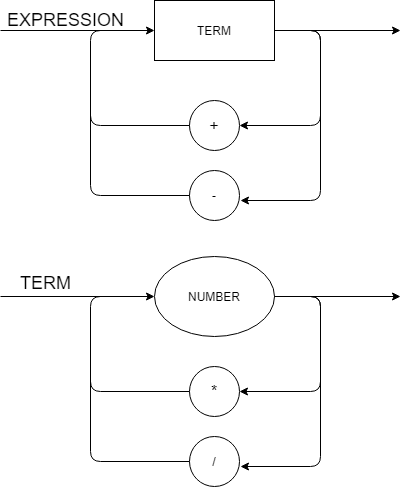
brunoacpcosta/Julia-Compiler keeps this draw.io diagram as DiagramaSintatico.png. Above is the earlier version. Source tidied: cells renumbered, new cells last; positions are measured from the earlier drawing's top-left corner, leaving out a move shared by most shapes.
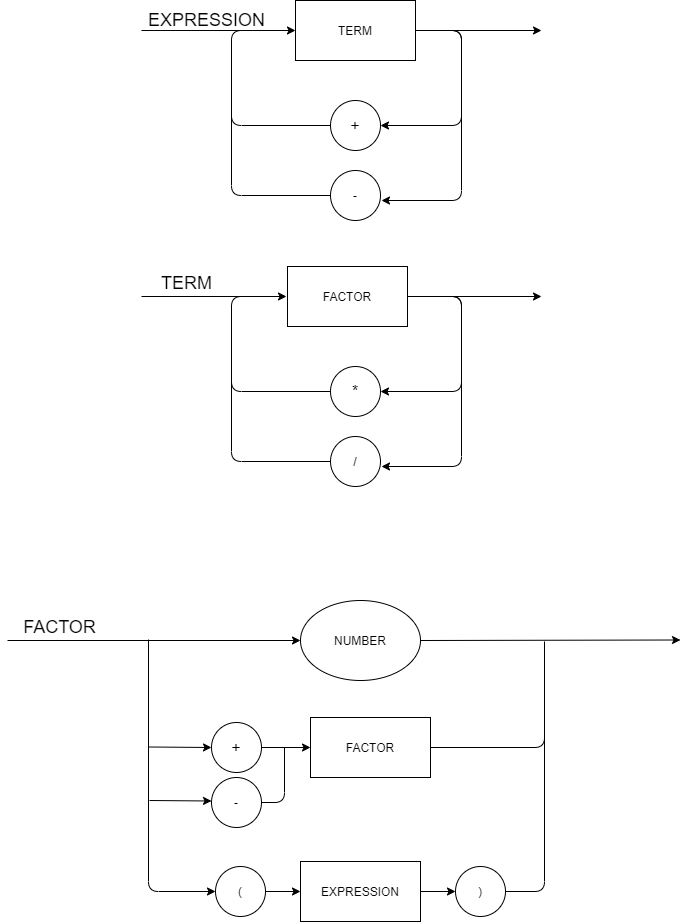
After the change.

Commit message:
EBNF e DS atualizados.

Diff of the diagram source:
```diff
@@ -56,9 +56,6 @@
         <mxPoint x="400" y="30" as="targetPoint" />
       </mxGeometry>
     </mxCell>
-    <mxCell id="10" value="NUMBER" style="ellipse;whiteSpace=wrap;html=1;" parent="1" vertex="1">
-      <mxGeometry x="154" y="256" width="120" height="80" as="geometry" />
-    </mxCell>
     <mxCell id="11" value="&lt;font size=&quot;3&quot;&gt;*&lt;/font&gt;" style="ellipse;whiteSpace=wrap;html=1;" parent="1" vertex="1">
       <mxGeometry x="189" y="366" width="50" height="50" as="geometry" />
     </mxCell>
@@ -74,8 +71,9 @@
         </Array>
       </mxGeometry>
     </mxCell>
-    <mxCell id="14" style="endArrow=classic;html=1;exitX=1;exitY=0.5;exitDx=0;exitDy=0;" parent="1" edge="1" source="10">
+    <mxCell id="14" style="endArrow=classic;html=1;exitX=1;exitY=0.5;exitDx=0;exitDy=0;" parent="1" edge="1">
       <mxGeometry relative="1" as="geometry">
+        <mxPoint x="265" y="296" as="sourcePoint" />
         <mxPoint x="240" y="466" as="targetPoint" />
         <Array as="points">
           <mxPoint x="320" y="296" />
@@ -83,8 +81,9 @@
         </Array>
       </mxGeometry>
     </mxCell>
-    <mxCell id="15" style="endArrow=classic;html=1;entryX=0;entryY=0.5;entryDx=0;entryDy=0;exitX=0;exitY=0.5;exitDx=0;exitDy=0;" parent="1" edge="1" source="11" target="10">
+    <mxCell id="15" style="endArrow=classic;html=1;entryX=0;entryY=0.5;entryDx=0;entryDy=0;exitX=0;exitY=0.5;exitDx=0;exitDy=0;" parent="1" edge="1" source="11">
       <mxGeometry relative="1" as="geometry">
+        <mxPoint x="145" y="296" as="targetPoint" />
         <Array as="points">
           <mxPoint x="90" y="391" />
           <mxPoint x="90" y="296" />
@@ -120,5 +119,94 @@
     <mxCell id="21" value="&lt;font style=&quot;font-size: 18px&quot;&gt;EXPRESSION&lt;/font&gt;" style="text;html=1;align=center;verticalAlign=middle;" parent="1" vertex="1">
       <mxGeometry y="10" width="130" height="20" as="geometry" />
     </mxCell>
+    <mxCell id="22" value="FACTOR" style="rounded=0;whiteSpace=wrap;html=1;" parent="1" vertex="1">
+      <mxGeometry x="146" y="266" width="120" height="60" as="geometry" />
+    </mxCell>
+    <mxCell id="23" value="&lt;font size=&quot;3&quot;&gt;+&lt;/font&gt;" style="ellipse;whiteSpace=wrap;html=1;" parent="1" vertex="1">
+      <mxGeometry x="70" y="722" width="50" height="50" as="geometry" />
+    </mxCell>
+    <mxCell id="24" value="-" style="ellipse;whiteSpace=wrap;html=1;" parent="1" vertex="1">
+      <mxGeometry x="70" y="777" width="50" height="50" as="geometry" />
+    </mxCell>
+    <mxCell id="25" style="endArrow=classic;html=1;exitX=1;exitY=0.5;exitDx=0;exitDy=0;" parent="1" edge="1" source="10">
+      <mxGeometry relative="1" as="geometry">
+        <mxPoint x="539" y="639.5" as="targetPoint" />
+      </mxGeometry>
+    </mxCell>
+    <mxCell id="26" value="&lt;font style=&quot;font-size: 18px&quot;&gt;FACTOR&lt;/font&gt;" style="text;html=1;align=center;verticalAlign=middle;" parent="1" vertex="1">
+      <mxGeometry x="-124" y="617" width="83" height="20" as="geometry" />
+    </mxCell>
+    <mxCell id="10" value="NUMBER" style="ellipse;whiteSpace=wrap;html=1;" parent="1" vertex="1">
+      <mxGeometry x="159" y="600" width="120" height="80" as="geometry" />
+    </mxCell>
+    <mxCell id="27" value="FACTOR" style="rounded=0;whiteSpace=wrap;html=1;" parent="1" vertex="1">
+      <mxGeometry x="169" y="717" width="120" height="60" as="geometry" />
+    </mxCell>
+    <mxCell id="28" style="edgeStyle=orthogonalEdgeStyle;rounded=0;jettySize=auto;html=1;" parent="1" edge="1" source="29" target="32">
+      <mxGeometry relative="1" as="geometry" />
+    </mxCell>
+    <mxCell id="29" value="EXPRESSION" style="rounded=0;whiteSpace=wrap;html=1;" parent="1" vertex="1">
+      <mxGeometry x="159" y="861" width="120" height="60" as="geometry" />
+    </mxCell>
+    <mxCell id="30" style="edgeStyle=orthogonalEdgeStyle;rounded=0;jettySize=auto;html=1;" parent="1" edge="1" source="31" target="29">
+      <mxGeometry relative="1" as="geometry" />
+    </mxCell>
+    <mxCell id="31" value="(" style="ellipse;whiteSpace=wrap;html=1;" parent="1" vertex="1">
+      <mxGeometry x="74" y="866" width="50" height="50" as="geometry" />
+    </mxCell>
+    <mxCell id="32" value=")" style="ellipse;whiteSpace=wrap;html=1;" parent="1" vertex="1">
+      <mxGeometry x="314" y="866" width="50" height="50" as="geometry" />
+    </mxCell>
+    <mxCell id="33" style="endArrow=classic;html=1;entryX=0;entryY=0.5;entryDx=0;entryDy=0;" parent="1" edge="1" target="10">
+      <mxGeometry relative="1" as="geometry">
+        <mxPoint x="-134" y="640" as="sourcePoint" />
+      </mxGeometry>
+    </mxCell>
+    <mxCell id="34" style="endArrow=classic;html=1;entryX=0;entryY=0.5;entryDx=0;entryDy=0;" parent="1" edge="1" target="31">
+      <mxGeometry relative="1" as="geometry">
+        <mxPoint x="7" y="639" as="sourcePoint" />
+        <Array as="points">
+          <mxPoint x="7" y="891" />
+        </Array>
+      </mxGeometry>
+    </mxCell>
+    <mxCell id="35" style="endArrow=classic;html=1;exitX=1;exitY=0.5;exitDx=0;exitDy=0;entryX=0;entryY=0.5;entryDx=0;entryDy=0;" parent="1" edge="1" source="23" target="27">
+      <mxGeometry relative="1" as="geometry" />
+    </mxCell>
+    <mxCell id="36" style="endArrow=classic;html=1;entryX=0;entryY=0.5;entryDx=0;entryDy=0;" parent="1" edge="1" target="23">
+      <mxGeometry relative="1" as="geometry">
+        <mxPoint x="8" y="746.5" as="sourcePoint" />
+      </mxGeometry>
+    </mxCell>
+    <mxCell id="37" style="endArrow=classic;html=1;entryX=0;entryY=0.5;entryDx=0;entryDy=0;" parent="1" edge="1">
+      <mxGeometry relative="1" as="geometry">
+        <mxPoint x="8" y="800" as="sourcePoint" />
+        <mxPoint x="70" y="800.5" as="targetPoint" />
+      </mxGeometry>
+    </mxCell>
+    <mxCell id="38" style="endArrow=none;html=1;exitX=1;exitY=0.5;exitDx=0;exitDy=0;" parent="1" edge="1" source="32">
+      <mxGeometry relative="1" as="geometry">
+        <mxPoint x="403" y="723" as="targetPoint" />
+        <Array as="points">
+          <mxPoint x="403" y="891" />
+        </Array>
+      </mxGeometry>
+    </mxCell>
+    <mxCell id="39" style="endArrow=none;html=1;exitX=1;exitY=0.5;exitDx=0;exitDy=0;" parent="1" edge="1" source="24">
+      <mxGeometry relative="1" as="geometry">
+        <mxPoint x="143" y="747" as="targetPoint" />
+        <Array as="points">
+          <mxPoint x="143" y="802" />
+        </Array>
+      </mxGeometry>
+    </mxCell>
+    <mxCell id="40" style="endArrow=none;html=1;exitX=1;exitY=0.5;exitDx=0;exitDy=0;" parent="1" edge="1" source="27">
+      <mxGeometry relative="1" as="geometry">
+        <mxPoint x="403" y="641" as="targetPoint" />
+        <Array as="points">
+          <mxPoint x="403" y="747" />
+        </Array>
+      </mxGeometry>
+    </mxCell>
   </root>
 </mxGraphModel>
```
